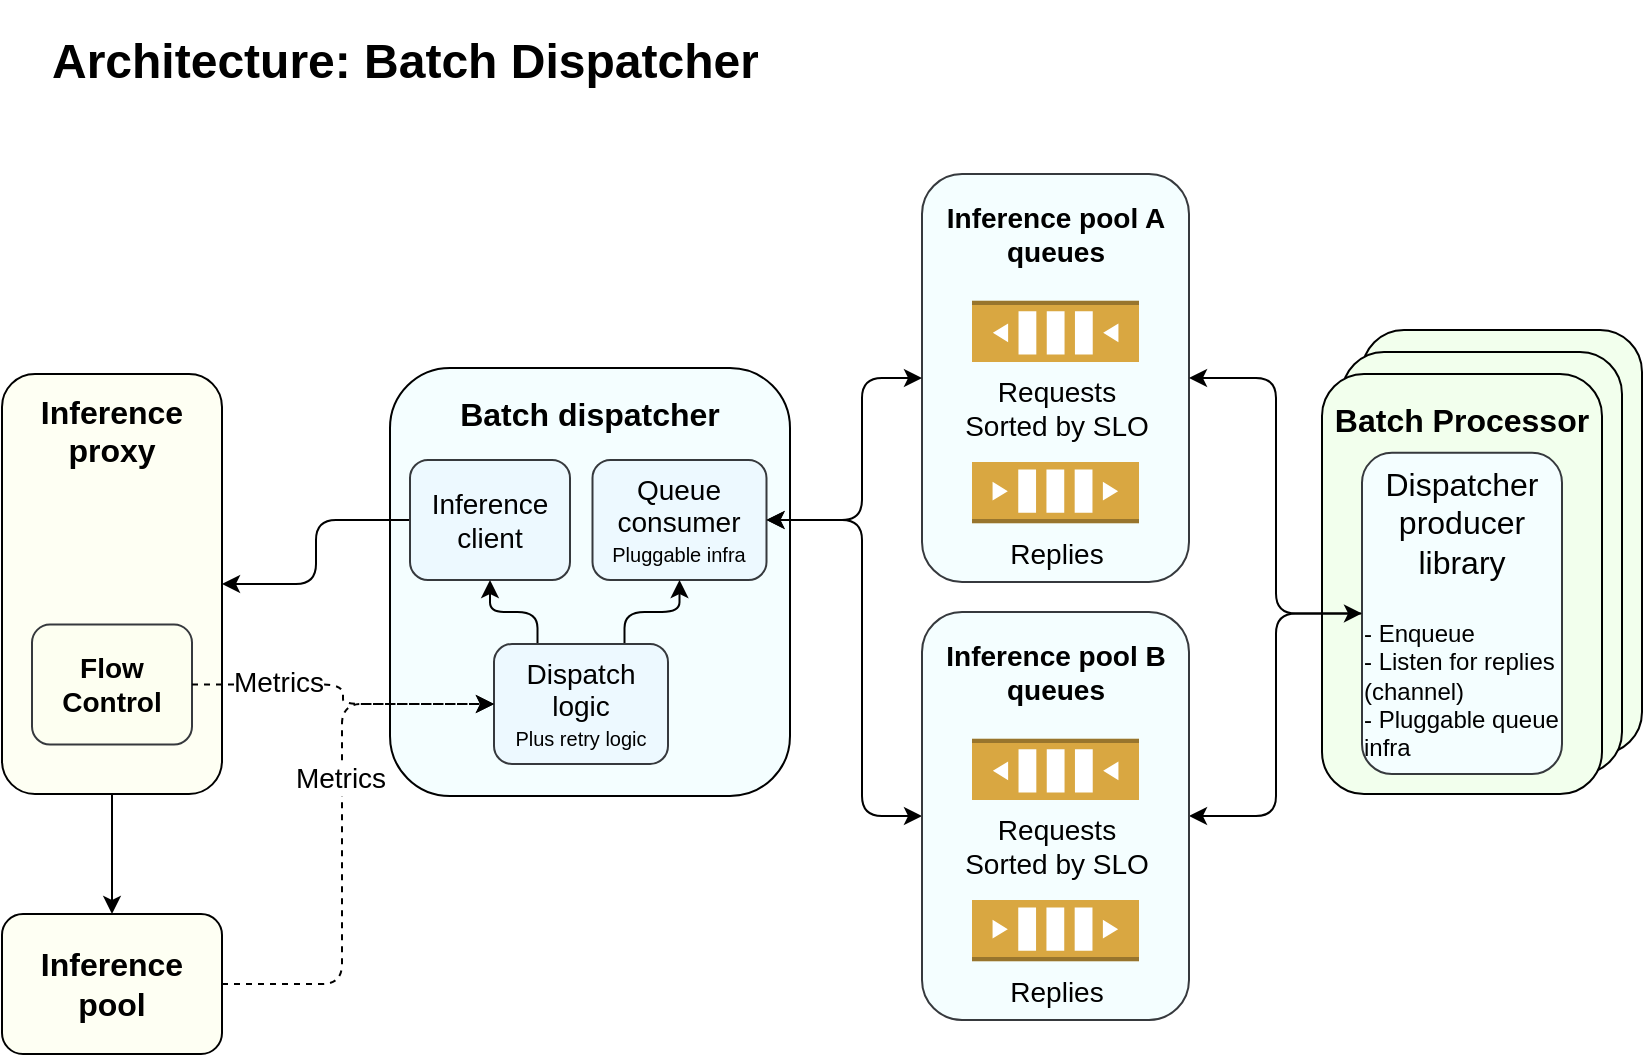
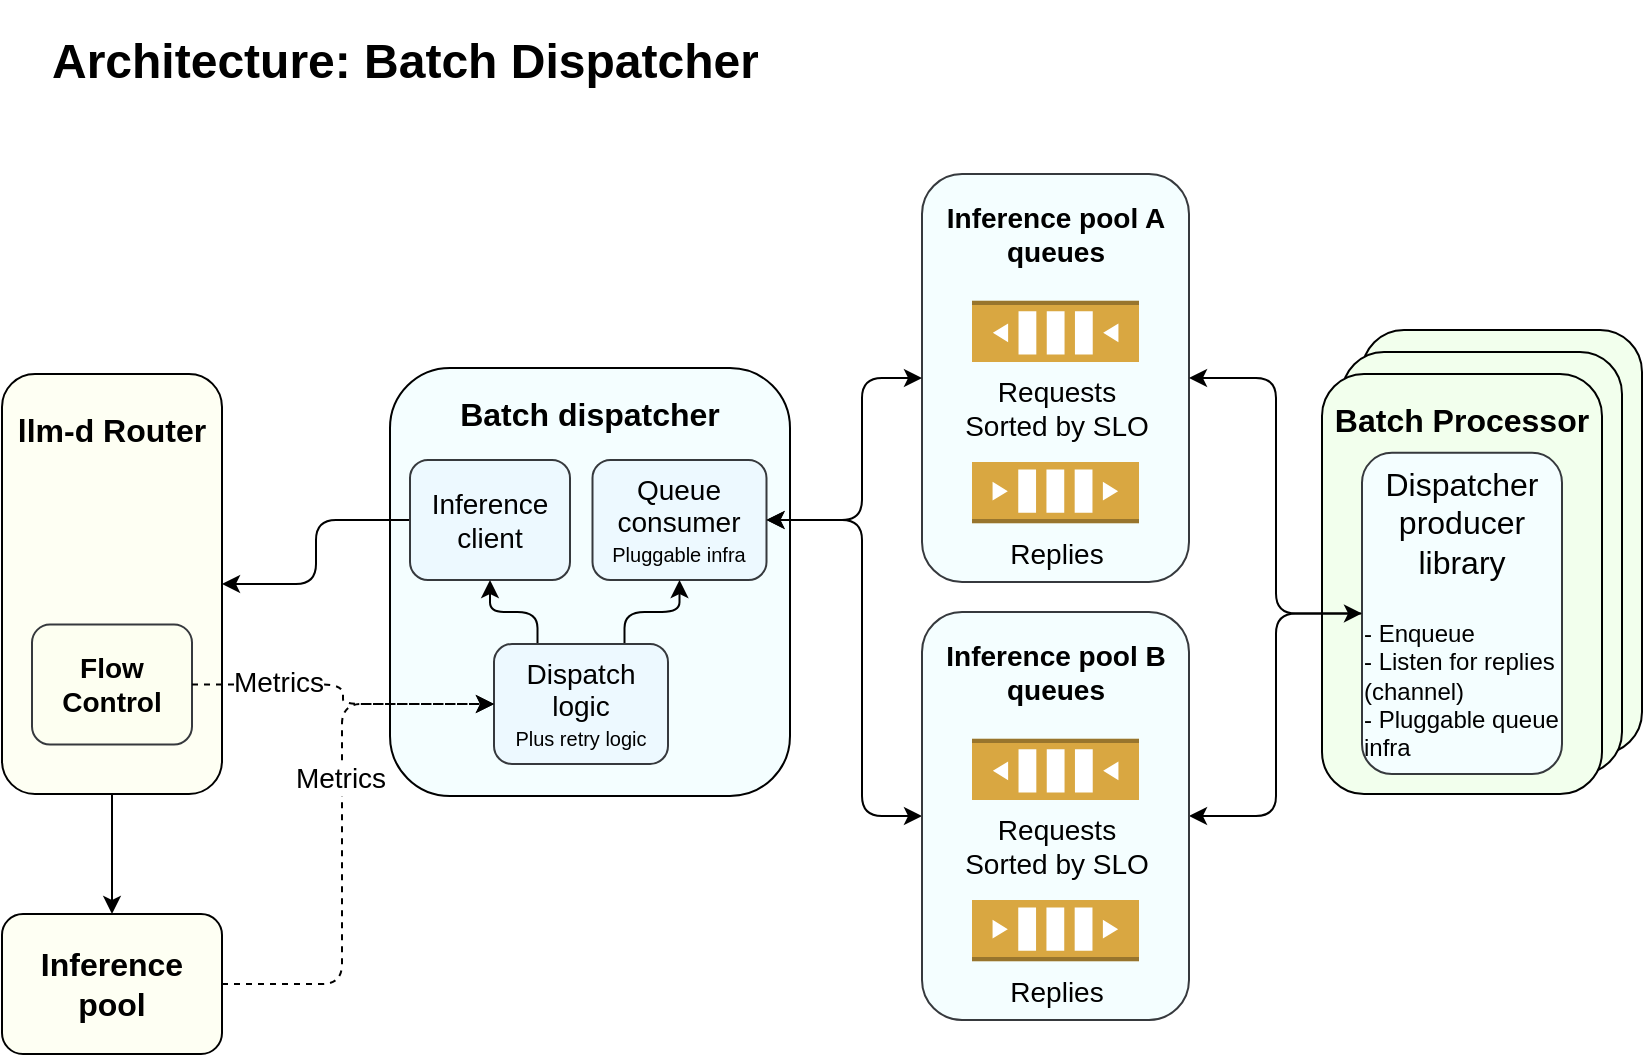
<mxfile host="65bd71144e">
    <diagram id="JkEgdn-0_oYOgbBLCdek" name="Page-1">
-         <mxGraphModel dx="965" dy="659" grid="1" gridSize="10" guides="1" tooltips="1" connect="1" arrows="1" fold="1" page="1" pageScale="1" pageWidth="850" pageHeight="1100" math="0" shadow="0">
+         <mxGraphModel dx="814" dy="659" grid="1" gridSize="10" guides="1" tooltips="1" connect="1" arrows="1" fold="1" page="1" pageScale="1" pageWidth="850" pageHeight="1100" math="0" shadow="0">
            <root>
                <mxCell id="0"/>
                <mxCell id="1" parent="0"/>
                <mxCell id="40" value="&lt;div&gt;&lt;br&gt;&lt;/div&gt;" style="rounded=1;whiteSpace=wrap;html=1;fillColor=#F2FFED;" parent="1" vertex="1">
                    <mxGeometry x="700" y="174" width="140" height="212" as="geometry"/>
                </mxCell>
                <mxCell id="39" value="&lt;div&gt;&lt;br&gt;&lt;/div&gt;" style="rounded=1;whiteSpace=wrap;html=1;fillColor=#F2FFED;" parent="1" vertex="1">
                    <mxGeometry x="690" y="185" width="140" height="211" as="geometry"/>
                </mxCell>
                <mxCell id="38" value="&lt;font style=&quot;font-size: 14px;&quot;&gt;&lt;b&gt;Inference pool A&lt;/b&gt;&lt;/font&gt;&lt;div&gt;&lt;font style=&quot;font-size: 14px;&quot;&gt;&lt;b&gt;queues&lt;/b&gt;&lt;/font&gt;&lt;/div&gt;&lt;div&gt;&lt;font style=&quot;font-size: 14px;&quot;&gt;&lt;b&gt;&lt;br&gt;&lt;/b&gt;&lt;/font&gt;&lt;/div&gt;&lt;div&gt;&lt;font style=&quot;font-size: 14px;&quot;&gt;&lt;b&gt;&lt;br&gt;&lt;/b&gt;&lt;/font&gt;&lt;/div&gt;&lt;div&gt;&lt;font style=&quot;font-size: 14px;&quot;&gt;&lt;b&gt;&lt;br&gt;&lt;/b&gt;&lt;/font&gt;&lt;/div&gt;&lt;div&gt;&lt;font style=&quot;font-size: 14px;&quot;&gt;&lt;b&gt;&lt;br&gt;&lt;/b&gt;&lt;/font&gt;&lt;/div&gt;&lt;div&gt;&lt;font style=&quot;font-size: 14px;&quot;&gt;&lt;b&gt;&lt;br&gt;&lt;/b&gt;&lt;/font&gt;&lt;/div&gt;&lt;div&gt;&lt;font style=&quot;font-size: 14px;&quot;&gt;&lt;b&gt;&lt;br&gt;&lt;/b&gt;&lt;/font&gt;&lt;/div&gt;&lt;div&gt;&lt;br&gt;&lt;/div&gt;&lt;div&gt;&lt;br&gt;&lt;/div&gt;&lt;div&gt;&lt;br&gt;&lt;/div&gt;" style="rounded=1;whiteSpace=wrap;html=1;fillColor=#F4FEFF;strokeColor=#36393d;" parent="1" vertex="1">
                    <mxGeometry x="480" y="96" width="133.5" height="204" as="geometry"/>
                </mxCell>
                <mxCell id="12" value="&lt;div&gt;&lt;font style=&quot;font-size: 16px;&quot;&gt;&lt;b&gt;Batch Processor&lt;/b&gt;&lt;/font&gt;&lt;/div&gt;&lt;div&gt;&lt;font style=&quot;font-size: 16px;&quot;&gt;&lt;b&gt;&lt;br&gt;&lt;/b&gt;&lt;/font&gt;&lt;/div&gt;&lt;div&gt;&lt;font style=&quot;font-size: 16px;&quot;&gt;&lt;b&gt;&lt;br&gt;&lt;/b&gt;&lt;/font&gt;&lt;/div&gt;&lt;div&gt;&lt;font style=&quot;font-size: 16px;&quot;&gt;&lt;b&gt;&lt;br&gt;&lt;/b&gt;&lt;/font&gt;&lt;/div&gt;&lt;div&gt;&lt;font style=&quot;font-size: 16px;&quot;&gt;&lt;b&gt;&lt;br&gt;&lt;/b&gt;&lt;/font&gt;&lt;/div&gt;&lt;div&gt;&lt;font style=&quot;font-size: 16px;&quot;&gt;&lt;b&gt;&lt;br&gt;&lt;/b&gt;&lt;/font&gt;&lt;/div&gt;&lt;div&gt;&lt;font style=&quot;font-size: 16px;&quot;&gt;&lt;b&gt;&lt;br&gt;&lt;/b&gt;&lt;/font&gt;&lt;/div&gt;&lt;div&gt;&lt;font style=&quot;font-size: 16px;&quot;&gt;&lt;b&gt;&lt;br&gt;&lt;/b&gt;&lt;/font&gt;&lt;/div&gt;&lt;div&gt;&lt;br&gt;&lt;/div&gt;&lt;div&gt;&lt;br&gt;&lt;/div&gt;" style="rounded=1;whiteSpace=wrap;html=1;fillColor=#F2FFED;" parent="1" vertex="1">
                    <mxGeometry x="680" y="196" width="140" height="210" as="geometry"/>
                </mxCell>
                <mxCell id="3" value="&lt;h1&gt;Architecture: Batch Dispatcher&lt;/h1&gt;" style="text;html=1;strokeColor=none;fillColor=none;spacing=5;spacingTop=-20;whiteSpace=wrap;overflow=hidden;rounded=0;fontSize=12;" parent="1" vertex="1">
                    <mxGeometry x="40" y="19.59" width="630" height="40.41" as="geometry"/>
                </mxCell>
                <mxCell id="48" style="edgeStyle=elbowEdgeStyle;elbow=vertical;html=1;exitX=0.5;exitY=1;exitDx=0;exitDy=0;" parent="1" source="4" target="47" edge="1">
                    <mxGeometry relative="1" as="geometry"/>
                </mxCell>
-                 <mxCell id="4" value="&lt;font style=&quot;font-size: 16px;&quot;&gt;&lt;b&gt;Inference proxy&lt;/b&gt;&lt;/font&gt;&lt;div&gt;&lt;font style=&quot;font-size: 16px;&quot;&gt;&lt;b&gt;&lt;br&gt;&lt;/b&gt;&lt;/font&gt;&lt;/div&gt;&lt;div&gt;&lt;font style=&quot;font-size: 16px;&quot;&gt;&lt;b&gt;&lt;br&gt;&lt;/b&gt;&lt;/font&gt;&lt;/div&gt;&lt;div&gt;&lt;font style=&quot;font-size: 16px;&quot;&gt;&lt;b&gt;&lt;br&gt;&lt;/b&gt;&lt;/font&gt;&lt;/div&gt;&lt;div&gt;&lt;font style=&quot;font-size: 16px;&quot;&gt;&lt;b&gt;&lt;br&gt;&lt;/b&gt;&lt;/font&gt;&lt;/div&gt;&lt;div&gt;&lt;font style=&quot;font-size: 16px;&quot;&gt;&lt;b&gt;&lt;br&gt;&lt;/b&gt;&lt;/font&gt;&lt;/div&gt;&lt;div&gt;&lt;font style=&quot;font-size: 16px;&quot;&gt;&lt;b&gt;&lt;br&gt;&lt;/b&gt;&lt;/font&gt;&lt;/div&gt;&lt;div&gt;&lt;font style=&quot;font-size: 16px;&quot;&gt;&lt;b&gt;&lt;br&gt;&lt;/b&gt;&lt;/font&gt;&lt;/div&gt;&lt;div&gt;&lt;font style=&quot;font-size: 16px;&quot;&gt;&lt;b&gt;&lt;br&gt;&lt;/b&gt;&lt;/font&gt;&lt;/div&gt;" style="rounded=1;whiteSpace=wrap;html=1;fillColor=#FEFFF3;" parent="1" vertex="1">
+                 <mxCell id="4" value="&lt;div&gt;&lt;font style=&quot;font-size: 16px;&quot;&gt;&lt;b&gt;llm-d Router&lt;/b&gt;&lt;/font&gt;&lt;/div&gt;&lt;div&gt;&lt;font style=&quot;font-size: 16px;&quot;&gt;&lt;b&gt;&lt;br&gt;&lt;/b&gt;&lt;/font&gt;&lt;/div&gt;&lt;div&gt;&lt;font style=&quot;font-size: 16px;&quot;&gt;&lt;b&gt;&lt;br&gt;&lt;/b&gt;&lt;/font&gt;&lt;/div&gt;&lt;div&gt;&lt;font style=&quot;font-size: 16px;&quot;&gt;&lt;b&gt;&lt;br&gt;&lt;/b&gt;&lt;/font&gt;&lt;/div&gt;&lt;div&gt;&lt;font style=&quot;font-size: 16px;&quot;&gt;&lt;b&gt;&lt;br&gt;&lt;/b&gt;&lt;/font&gt;&lt;/div&gt;&lt;div&gt;&lt;font style=&quot;font-size: 16px;&quot;&gt;&lt;b&gt;&lt;br&gt;&lt;/b&gt;&lt;/font&gt;&lt;/div&gt;&lt;div&gt;&lt;font style=&quot;font-size: 16px;&quot;&gt;&lt;b&gt;&lt;br&gt;&lt;/b&gt;&lt;/font&gt;&lt;/div&gt;&lt;div&gt;&lt;font style=&quot;font-size: 16px;&quot;&gt;&lt;b&gt;&lt;br&gt;&lt;/b&gt;&lt;/font&gt;&lt;/div&gt;&lt;div&gt;&lt;font style=&quot;font-size: 16px;&quot;&gt;&lt;b&gt;&lt;br&gt;&lt;/b&gt;&lt;/font&gt;&lt;/div&gt;" style="rounded=1;whiteSpace=wrap;html=1;fillColor=#FEFFF3;" parent="1" vertex="1">
                    <mxGeometry x="20" y="196" width="110" height="210" as="geometry"/>
                </mxCell>
                <mxCell id="5" value="&lt;span style=&quot;font-size: 16px;&quot;&gt;&lt;b&gt;Batch dispatcher&lt;/b&gt;&lt;/span&gt;&lt;div&gt;&lt;span style=&quot;font-size: 16px;&quot;&gt;&lt;b&gt;&lt;br&gt;&lt;/b&gt;&lt;/span&gt;&lt;/div&gt;&lt;div&gt;&lt;span style=&quot;font-size: 16px;&quot;&gt;&lt;b&gt;&lt;br&gt;&lt;/b&gt;&lt;/span&gt;&lt;/div&gt;&lt;div&gt;&lt;span style=&quot;font-size: 16px;&quot;&gt;&lt;b&gt;&lt;br&gt;&lt;/b&gt;&lt;/span&gt;&lt;/div&gt;&lt;div&gt;&lt;span style=&quot;font-size: 16px;&quot;&gt;&lt;b&gt;&lt;br&gt;&lt;/b&gt;&lt;/span&gt;&lt;/div&gt;&lt;div&gt;&lt;span style=&quot;font-size: 16px;&quot;&gt;&lt;b&gt;&lt;br&gt;&lt;/b&gt;&lt;/span&gt;&lt;/div&gt;&lt;div&gt;&lt;span style=&quot;font-size: 16px;&quot;&gt;&lt;b&gt;&lt;br&gt;&lt;/b&gt;&lt;/span&gt;&lt;/div&gt;&lt;div&gt;&lt;span style=&quot;font-size: 16px;&quot;&gt;&lt;b&gt;&lt;br&gt;&lt;/b&gt;&lt;/span&gt;&lt;/div&gt;&lt;div&gt;&lt;span style=&quot;font-size: 16px;&quot;&gt;&lt;b&gt;&lt;br&gt;&lt;/b&gt;&lt;/span&gt;&lt;/div&gt;&lt;div&gt;&lt;br&gt;&lt;/div&gt;" style="rounded=1;whiteSpace=wrap;html=1;fillColor=#F4FEFF;" parent="1" vertex="1">
                    <mxGeometry x="214" y="193" width="200" height="214" as="geometry"/>
                </mxCell>
                <mxCell id="17" style="edgeStyle=elbowEdgeStyle;html=1;exitX=0;exitY=0.5;exitDx=0;exitDy=0;entryX=1;entryY=0.5;entryDx=0;entryDy=0;" parent="1" source="6" target="4" edge="1">
                    <mxGeometry relative="1" as="geometry"/>
                </mxCell>
                <mxCell id="6" value="&lt;font style=&quot;font-size: 14px;&quot;&gt;Inference client&lt;/font&gt;" style="rounded=1;whiteSpace=wrap;html=1;fillColor=#EDF9FF;strokeColor=#36393d;" parent="1" vertex="1">
                    <mxGeometry x="224" y="239" width="80" height="60" as="geometry"/>
                </mxCell>
                <mxCell id="7" value="&lt;font style=&quot;font-size: 14px;&quot;&gt;Queue consumer&lt;/font&gt;&lt;div&gt;&lt;font size=&quot;1&quot; style=&quot;&quot;&gt;Pluggable infra&lt;/font&gt;&lt;/div&gt;" style="rounded=1;whiteSpace=wrap;html=1;fillColor=#EDF9FF;strokeColor=#36393d;" parent="1" vertex="1">
                    <mxGeometry x="315.25" y="239" width="87" height="60" as="geometry"/>
                </mxCell>
                <mxCell id="16" style="edgeStyle=elbowEdgeStyle;html=1;entryX=1;entryY=0.5;entryDx=0;entryDy=0;exitX=0;exitY=0.5;exitDx=0;exitDy=0;startArrow=classic;startFill=1;" parent="1" source="38" target="7" edge="1">
                    <mxGeometry relative="1" as="geometry">
                        <mxPoint x="655" y="370" as="sourcePoint"/>
                        <mxPoint x="540" y="519" as="targetPoint"/>
                        <Array as="points">
                            <mxPoint x="450" y="233"/>
                        </Array>
                    </mxGeometry>
                </mxCell>
                <mxCell id="60" style="edgeStyle=elbowEdgeStyle;html=1;exitX=0;exitY=0.5;exitDx=0;exitDy=0;entryX=1;entryY=0.5;entryDx=0;entryDy=0;" parent="1" source="9" target="62" edge="1">
                    <mxGeometry relative="1" as="geometry">
                        <mxPoint x="613.75" y="379" as="targetPoint"/>
                    </mxGeometry>
                </mxCell>
                <mxCell id="9" value="&lt;div&gt;&lt;span style=&quot;font-size: 16px;&quot;&gt;Dispatcher producer library&lt;/span&gt;&lt;/div&gt;&lt;div&gt;&lt;span style=&quot;font-size: 16px;&quot;&gt;&lt;br&gt;&lt;/span&gt;&lt;/div&gt;&lt;div style=&quot;text-align: left;&quot;&gt;- Enqueue&lt;/div&gt;&lt;div style=&quot;text-align: left;&quot;&gt;- Listen for replies (channel)&lt;/div&gt;&lt;div style=&quot;text-align: left;&quot;&gt;- Pluggable queue infra&lt;/div&gt;" style="rounded=1;whiteSpace=wrap;html=1;fillColor=#F4FEFF;strokeColor=#36393d;" parent="1" vertex="1">
                    <mxGeometry x="700" y="235.41" width="100" height="160.59" as="geometry"/>
                </mxCell>
                <mxCell id="14" style="edgeStyle=elbowEdgeStyle;html=1;exitX=0;exitY=0.5;exitDx=0;exitDy=0;entryX=1;entryY=0.5;entryDx=0;entryDy=0;startArrow=classic;startFill=1;" parent="1" source="9" target="38" edge="1">
                    <mxGeometry relative="1" as="geometry">
                        <mxPoint x="460" y="519.41" as="sourcePoint"/>
                        <mxPoint x="350" y="360" as="targetPoint"/>
                    </mxGeometry>
                </mxCell>
                <mxCell id="36" value="&lt;font style=&quot;font-size: 14px;&quot;&gt;Replies&lt;/font&gt;" style="outlineConnect=0;dashed=0;verticalLabelPosition=bottom;verticalAlign=top;align=center;html=1;shape=mxgraph.aws3.queue;fillColor=#D9A741;gradientColor=none;" parent="1" vertex="1">
                    <mxGeometry x="505" y="240.00000000000003" width="83.5" height="30.59" as="geometry"/>
                </mxCell>
                <mxCell id="37" value="&lt;font style=&quot;font-size: 14px;&quot;&gt;Requests&lt;/font&gt;&lt;div&gt;&lt;font style=&quot;font-size: 14px;&quot;&gt;Sorted by SLO&lt;/font&gt;&lt;/div&gt;" style="outlineConnect=0;dashed=0;verticalLabelPosition=bottom;verticalAlign=top;align=center;html=1;shape=mxgraph.aws3.queue;fillColor=#D9A741;gradientColor=none;direction=west;" parent="1" vertex="1">
                    <mxGeometry x="505.00000000000006" y="159.41000000000003" width="83.5" height="30.59" as="geometry"/>
                </mxCell>
                <mxCell id="45" style="edgeStyle=elbowEdgeStyle;elbow=vertical;html=1;exitX=0.75;exitY=0;exitDx=0;exitDy=0;entryX=0.5;entryY=1;entryDx=0;entryDy=0;" parent="1" source="41" target="7" edge="1">
                    <mxGeometry relative="1" as="geometry"/>
                </mxCell>
                <mxCell id="46" style="edgeStyle=elbowEdgeStyle;elbow=vertical;html=1;exitX=0.25;exitY=0;exitDx=0;exitDy=0;entryX=0.5;entryY=1;entryDx=0;entryDy=0;" parent="1" source="41" target="6" edge="1">
                    <mxGeometry relative="1" as="geometry"/>
                </mxCell>
                <mxCell id="41" value="&lt;span style=&quot;font-size: 14px;&quot;&gt;Dispatch logic&lt;/span&gt;&lt;div&gt;&lt;font size=&quot;1&quot;&gt;Plus retry logic&lt;/font&gt;&lt;/div&gt;" style="rounded=1;whiteSpace=wrap;html=1;fillColor=#EDF9FF;strokeColor=#36393d;" parent="1" vertex="1">
                    <mxGeometry x="266" y="331" width="87" height="60" as="geometry"/>
                </mxCell>
                <mxCell id="42" value="&lt;span style=&quot;font-size: 14px;&quot;&gt;&lt;b&gt;Flow Control&lt;/b&gt;&lt;/span&gt;" style="rounded=1;whiteSpace=wrap;html=1;fillColor=#FDFFF1;strokeColor=#36393d;" parent="1" vertex="1">
                    <mxGeometry x="35" y="321.28999999999996" width="80" height="60" as="geometry"/>
                </mxCell>
                <mxCell id="43" style="edgeStyle=elbowEdgeStyle;html=1;exitX=1;exitY=0.5;exitDx=0;exitDy=0;entryX=0;entryY=0.5;entryDx=0;entryDy=0;dashed=1;" parent="1" source="42" target="41" edge="1">
                    <mxGeometry relative="1" as="geometry">
                        <mxPoint x="266" y="410" as="sourcePoint"/>
                        <mxPoint x="172" y="428" as="targetPoint"/>
                    </mxGeometry>
                </mxCell>
                <mxCell id="44" value="&lt;font style=&quot;font-size: 14px;&quot;&gt;Metrics&lt;/font&gt;" style="edgeLabel;html=1;align=center;verticalAlign=middle;resizable=0;points=[];" parent="43" vertex="1" connectable="0">
                    <mxGeometry x="0.4268" relative="1" as="geometry">
                        <mxPoint x="-62" y="-11" as="offset"/>
                    </mxGeometry>
                </mxCell>
                <mxCell id="53" style="edgeStyle=elbowEdgeStyle;html=1;exitX=1;exitY=0.5;exitDx=0;exitDy=0;entryX=0;entryY=0.5;entryDx=0;entryDy=0;dashed=1;" parent="1" source="47" target="41" edge="1">
                    <mxGeometry relative="1" as="geometry">
                        <Array as="points">
                            <mxPoint x="190" y="350"/>
                        </Array>
                    </mxGeometry>
                </mxCell>
                <mxCell id="54" value="&lt;font style=&quot;font-size: 14px;&quot;&gt;Metrics&lt;/font&gt;" style="edgeLabel;html=1;align=center;verticalAlign=middle;resizable=0;points=[];" parent="53" vertex="1" connectable="0">
                    <mxGeometry x="0.1812" y="1" relative="1" as="geometry">
                        <mxPoint as="offset"/>
                    </mxGeometry>
                </mxCell>
                <mxCell id="47" value="&lt;div&gt;&lt;font style=&quot;font-size: 16px;&quot;&gt;&lt;b&gt;Inference pool&lt;/b&gt;&lt;/font&gt;&lt;/div&gt;" style="rounded=1;whiteSpace=wrap;html=1;fillColor=#FEFFF3;" parent="1" vertex="1">
                    <mxGeometry x="20" y="466" width="110" height="70" as="geometry"/>
                </mxCell>
                <mxCell id="61" style="edgeStyle=elbowEdgeStyle;html=1;exitX=0;exitY=0.5;exitDx=0;exitDy=0;entryX=1;entryY=0.5;entryDx=0;entryDy=0;startArrow=classic;startFill=1;" parent="1" source="62" target="7" edge="1">
                    <mxGeometry relative="1" as="geometry">
                        <mxPoint x="480.25" y="379" as="sourcePoint"/>
                        <Array as="points">
                            <mxPoint x="450" y="290"/>
                        </Array>
                    </mxGeometry>
                </mxCell>
                <mxCell id="62" value="&lt;font style=&quot;font-size: 14px;&quot;&gt;&lt;b&gt;Inference pool B&lt;/b&gt;&lt;/font&gt;&lt;div&gt;&lt;font style=&quot;font-size: 14px;&quot;&gt;&lt;b&gt;queues&lt;/b&gt;&lt;/font&gt;&lt;/div&gt;&lt;div&gt;&lt;font style=&quot;font-size: 14px;&quot;&gt;&lt;b&gt;&lt;br&gt;&lt;/b&gt;&lt;/font&gt;&lt;/div&gt;&lt;div&gt;&lt;font style=&quot;font-size: 14px;&quot;&gt;&lt;b&gt;&lt;br&gt;&lt;/b&gt;&lt;/font&gt;&lt;/div&gt;&lt;div&gt;&lt;font style=&quot;font-size: 14px;&quot;&gt;&lt;b&gt;&lt;br&gt;&lt;/b&gt;&lt;/font&gt;&lt;/div&gt;&lt;div&gt;&lt;font style=&quot;font-size: 14px;&quot;&gt;&lt;b&gt;&lt;br&gt;&lt;/b&gt;&lt;/font&gt;&lt;/div&gt;&lt;div&gt;&lt;font style=&quot;font-size: 14px;&quot;&gt;&lt;b&gt;&lt;br&gt;&lt;/b&gt;&lt;/font&gt;&lt;/div&gt;&lt;div&gt;&lt;font style=&quot;font-size: 14px;&quot;&gt;&lt;b&gt;&lt;br&gt;&lt;/b&gt;&lt;/font&gt;&lt;/div&gt;&lt;div&gt;&lt;br&gt;&lt;/div&gt;&lt;div&gt;&lt;br&gt;&lt;/div&gt;&lt;div&gt;&lt;br&gt;&lt;/div&gt;" style="rounded=1;whiteSpace=wrap;html=1;fillColor=#F4FEFF;strokeColor=#36393d;" parent="1" vertex="1">
                    <mxGeometry x="480" y="315" width="133.5" height="204" as="geometry"/>
                </mxCell>
                <mxCell id="63" value="&lt;font style=&quot;font-size: 14px;&quot;&gt;Replies&lt;/font&gt;" style="outlineConnect=0;dashed=0;verticalLabelPosition=bottom;verticalAlign=top;align=center;html=1;shape=mxgraph.aws3.queue;fillColor=#D9A741;gradientColor=none;" parent="1" vertex="1">
                    <mxGeometry x="505" y="459" width="83.5" height="30.59" as="geometry"/>
                </mxCell>
                <mxCell id="64" value="&lt;font style=&quot;font-size: 14px;&quot;&gt;Requests&lt;/font&gt;&lt;div&gt;&lt;font style=&quot;font-size: 14px;&quot;&gt;Sorted by SLO&lt;/font&gt;&lt;/div&gt;" style="outlineConnect=0;dashed=0;verticalLabelPosition=bottom;verticalAlign=top;align=center;html=1;shape=mxgraph.aws3.queue;fillColor=#D9A741;gradientColor=none;direction=west;" parent="1" vertex="1">
                    <mxGeometry x="505" y="378.41" width="83.5" height="30.59" as="geometry"/>
                </mxCell>
            </root>
        </mxGraphModel>
    </diagram>
</mxfile>